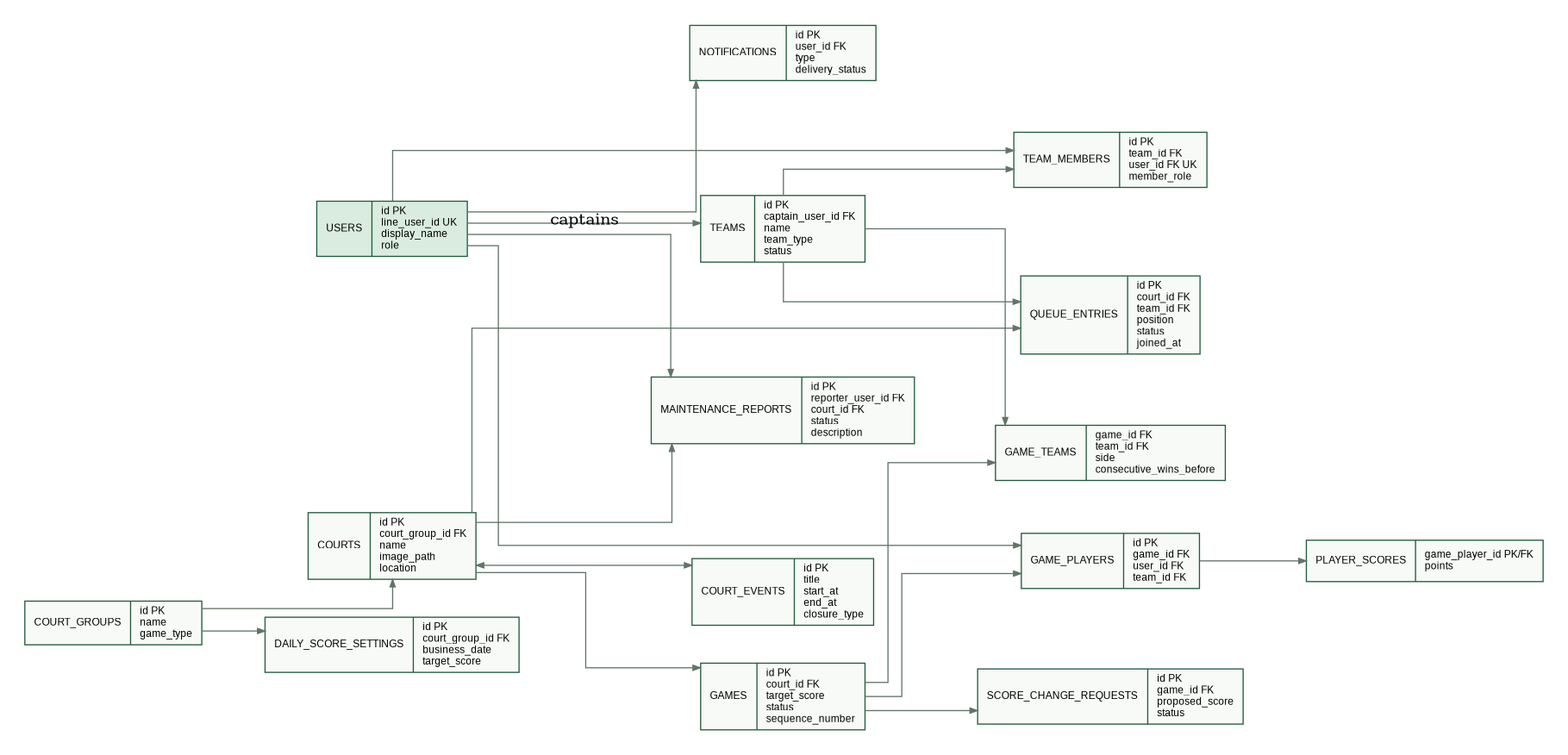
Nokpednam/MeQ-web-app keeps this Mermaid diagram as docs/diagrams/rendered/er-diagram.png. Above is the earlier version. Its source is kept beside it as docs/diagrams/er-diagram.mmd.
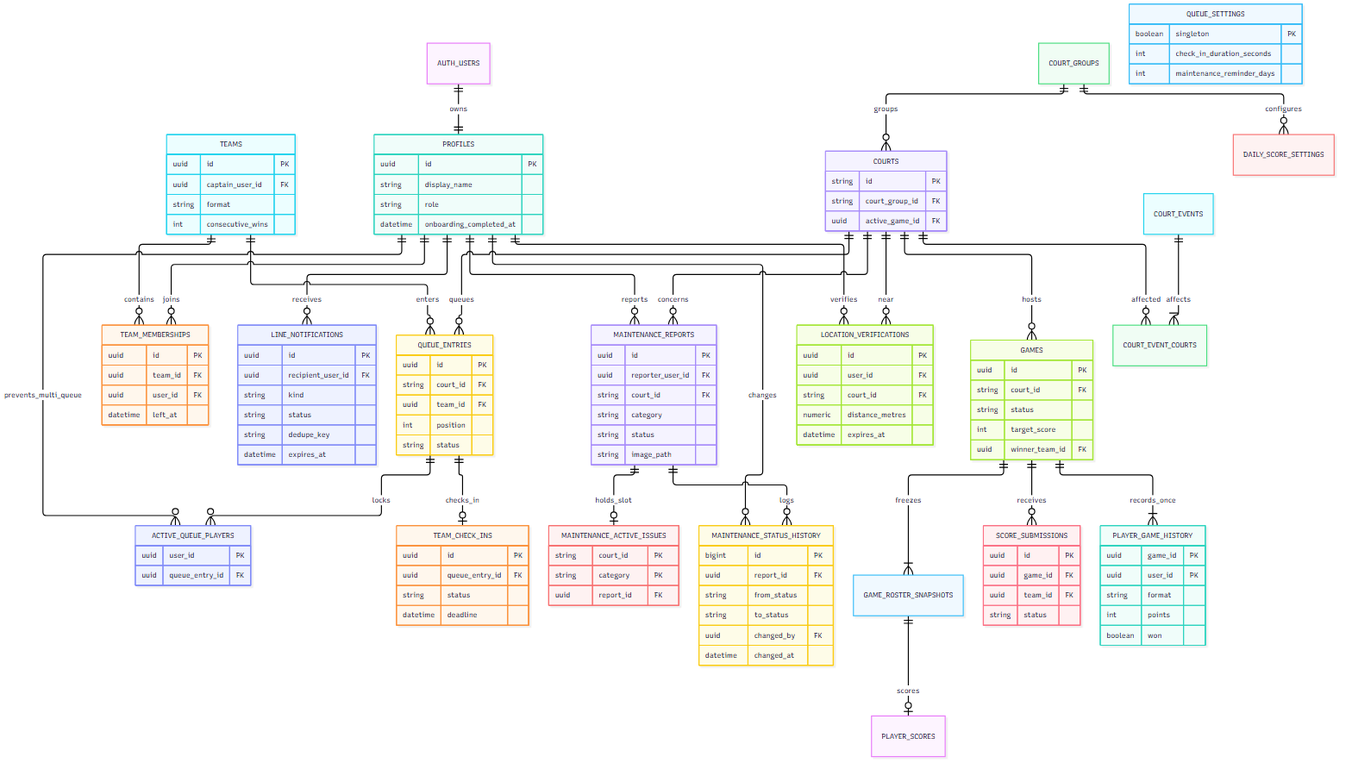
Later version of the same file.

What changed in the source:
```diff
@@ -18,11 +18,18 @@
   COURTS ||--o{ COURT_EVENT_COURTS : affected
   PROFILES ||--o{ MAINTENANCE_REPORTS : reports
   COURTS ||--o{ MAINTENANCE_REPORTS : concerns
+  MAINTENANCE_REPORTS ||--o| MAINTENANCE_ACTIVE_ISSUES : holds_slot
+  MAINTENANCE_REPORTS ||--o{ MAINTENANCE_STATUS_HISTORY : logs
+  PROFILES ||--o{ MAINTENANCE_STATUS_HISTORY : changes
+  PROFILES ||--o{ LINE_NOTIFICATIONS : receives
+  PROFILES ||--o{ LOCATION_VERIFICATIONS : verifies
+  COURTS ||--o{ LOCATION_VERIFICATIONS : near
 
   PROFILES {
     uuid id PK
     string display_name
     string role
+    datetime onboarding_completed_at
   }
   TEAMS {
     uuid id PK
@@ -72,3 +79,50 @@
     int points
     boolean won
   }
+  TEAM_CHECK_INS {
+    uuid id PK
+    uuid queue_entry_id FK
+    string status
+    datetime deadline
+  }
+  LOCATION_VERIFICATIONS {
+    uuid id PK
+    uuid user_id FK
+    string court_id FK
+    numeric distance_metres
+    datetime expires_at
+  }
+  MAINTENANCE_REPORTS {
+    uuid id PK
+    uuid reporter_user_id FK
+    string court_id FK
+    string category
+    string status
+    string image_path
+  }
+  MAINTENANCE_ACTIVE_ISSUES {
+    string court_id PK
+    string category PK
+    uuid report_id FK
+  }
+  MAINTENANCE_STATUS_HISTORY {
+    bigint id PK
+    uuid report_id FK
+    string from_status
+    string to_status
+    uuid changed_by FK
+    datetime changed_at
+  }
+  LINE_NOTIFICATIONS {
+    uuid id PK
+    uuid recipient_user_id FK
+    string kind
+    string status
+    string dedupe_key
+    datetime expires_at
+  }
+  QUEUE_SETTINGS {
+    boolean singleton PK
+    int check_in_duration_seconds
+    int maintenance_reminder_days
+  }
```
